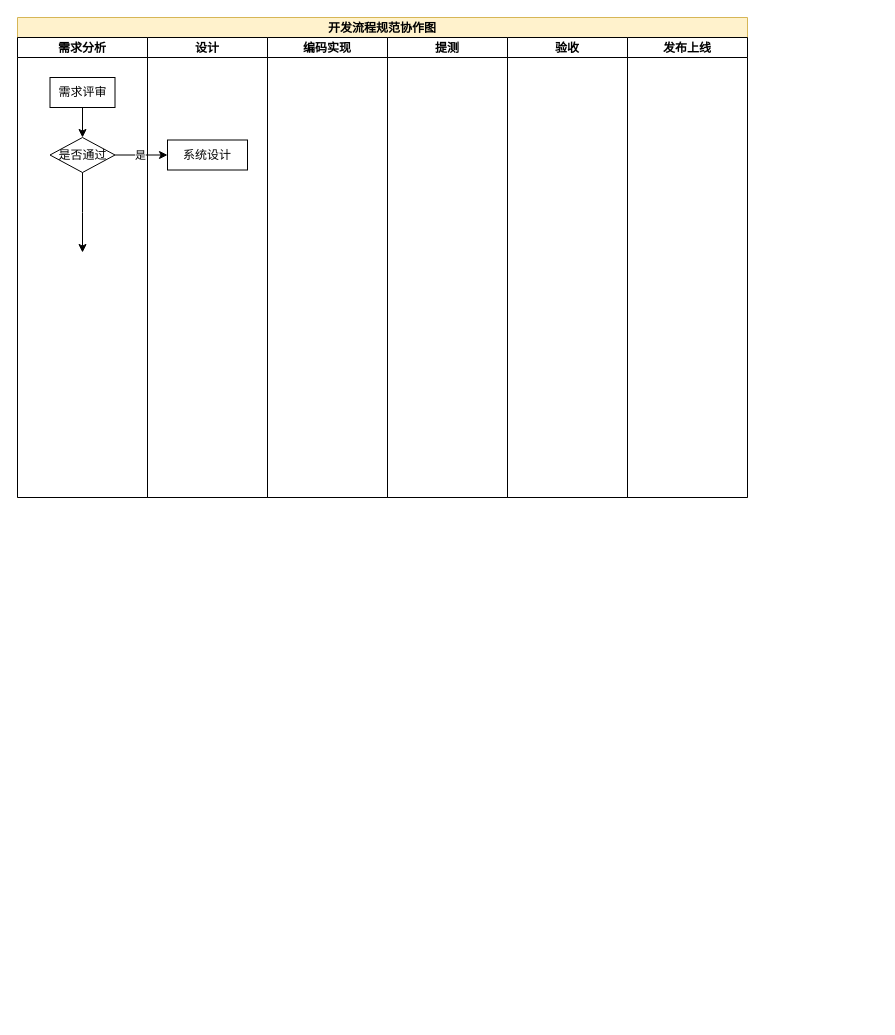
The draw.io diagram Untitled Diagram.drawio in zhubin2430701/draw, before the edit. Source tidied: cells renumbered, new cells numbered last; positions are measured from the earlier drawing's top-left corner, leaving out a move shared by most shapes. Both pictures are drawn from the tidied source at 100%, with x=0, y=0 at pixel (17, 17).
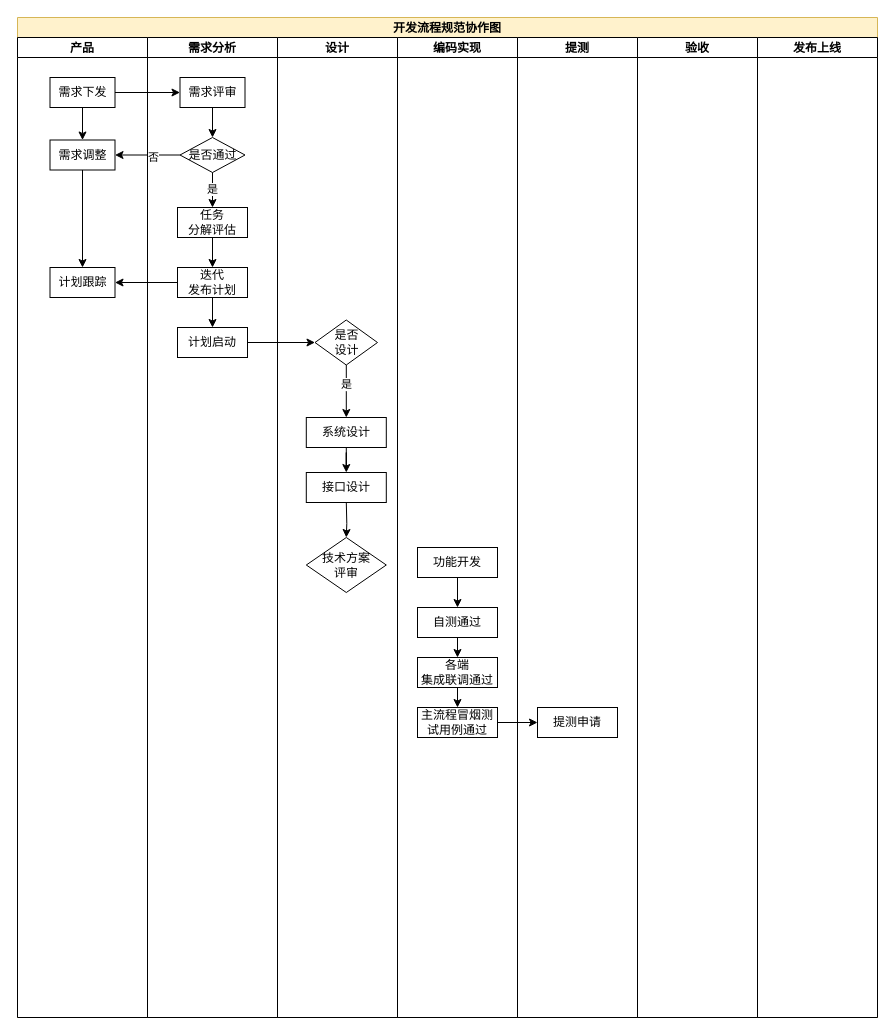
The same diagram, later.

Commit message:
更新协作流程图

Unchanged cells that the change refers to:
```xml
<mxCell id="4" value="需求评审" style="rounded=0;whiteSpace=wrap;html=1;" parent="3" vertex="1">
  <mxGeometry x="32.5" y="40" width="65" height="30" as="geometry" />
</mxCell>
<mxCell id="5" value="是否通过" style="rhombus;whiteSpace=wrap;html=1;rounded=0;" parent="3" vertex="1">
  <mxGeometry x="32.5" y="100" width="65" height="35" as="geometry" />
</mxCell>
```

The edit, as a diff of the source:
```diff
@@
     <mxCell id="2" value="开发流程规范协作图" style="swimlane;startSize=20;fillColor=#fff2cc;strokeColor=#d6b656;" parent="1" vertex="1">
-      <mxGeometry width="730" height="480" as="geometry" />
+      <mxGeometry width="860" height="1000" as="geometry" />
     </mxCell>
+    <mxCell id="16" value="产品" style="swimlane;startSize=20;" parent="2" vertex="1">
+      <mxGeometry y="20" width="130" height="980" as="geometry" />
+    </mxCell>
+    <mxCell id="17" value="需求下发" style="rounded=0;whiteSpace=wrap;html=1;" parent="16" vertex="1">
+      <mxGeometry x="32.5" y="40" width="65" height="30" as="geometry" />
+    </mxCell>
+    <mxCell id="18" style="edgeStyle=orthogonalEdgeStyle;rounded=0;jettySize=auto;html=1;" parent="16" edge="1" source="17" target="20">
+      <mxGeometry relative="1" as="geometry" />
+    </mxCell>
+    <mxCell id="19" style="edgeStyle=orthogonalEdgeStyle;rounded=0;jettySize=auto;html=1;" parent="16" edge="1" source="20" target="21">
+      <mxGeometry relative="1" as="geometry" />
+    </mxCell>
+    <mxCell id="20" value="需求调整" style="rounded=0;whiteSpace=wrap;html=1;" parent="16" vertex="1">
+      <mxGeometry x="32.5" y="102.5" width="65" height="30" as="geometry" />
+    </mxCell>
+    <mxCell id="21" value="计划跟踪" style="rounded=0;whiteSpace=wrap;html=1;" parent="16" vertex="1">
+      <mxGeometry x="32.5" y="230" width="65" height="30" as="geometry" />
+    </mxCell>
     <mxCell id="3" value="需求分析" style="swimlane;startSize=20;" parent="2" vertex="1">
-      <mxGeometry y="20" width="130" height="460" as="geometry" />
+      <mxGeometry x="130" y="20" width="130" height="980" as="geometry" />
     </mxCell>
@@
+    <mxCell id="22" style="edgeStyle=orthogonalEdgeStyle;rounded=0;jettySize=auto;html=1;" parent="3" edge="1" source="23" target="26">
+      <mxGeometry relative="1" as="geometry" />
+    </mxCell>
+    <mxCell id="23" value="任务&lt;br&gt;分解评估" style="whiteSpace=wrap;html=1;rounded=0;" parent="3" vertex="1">
+      <mxGeometry x="30" y="170" width="70" height="30" as="geometry" />
+    </mxCell>
+    <mxCell id="24" value="是" style="edgeStyle=orthogonalEdgeStyle;rounded=0;jettySize=auto;html=1;" parent="3" edge="1" source="5" target="23">
+      <mxGeometry relative="1" as="geometry" />
+    </mxCell>
+    <mxCell id="25" style="edgeStyle=orthogonalEdgeStyle;rounded=0;jettySize=auto;html=1;" parent="3" edge="1" source="26" target="27">
+      <mxGeometry relative="1" as="geometry" />
+    </mxCell>
+    <mxCell id="26" value="迭代&lt;br&gt;发布计划" style="rounded=0;whiteSpace=wrap;html=1;" parent="3" vertex="1">
+      <mxGeometry x="30" y="230" width="70" height="30" as="geometry" />
+    </mxCell>
+    <mxCell id="27" value="计划启动" style="rounded=0;whiteSpace=wrap;html=1;" parent="3" vertex="1">
+      <mxGeometry x="30" y="290" width="70" height="30" as="geometry" />
+    </mxCell>
     <mxCell id="7" value="设计" style="swimlane;startSize=20;" parent="2" vertex="1">
-      <mxGeometry x="130" y="20" width="120" height="460" as="geometry" />
+      <mxGeometry x="260" y="20" width="120" height="980" as="geometry" />
     </mxCell>
     <mxCell id="8" value="系统设计" style="whiteSpace=wrap;html=1;rounded=0;" parent="7" vertex="1">
-      <mxGeometry x="20" y="102.5" width="80" height="30" as="geometry" />
+      <mxGeometry x="28.8" y="380" width="80" height="30" as="geometry" />
     </mxCell>
+    <mxCell id="28" style="edgeStyle=orthogonalEdgeStyle;rounded=0;jettySize=auto;html=1;" parent="7" edge="1" source="29" target="8">
+      <mxGeometry relative="1" as="geometry" />
+    </mxCell>
+    <mxCell id="14" value="是" style="edgeLabel;html=1;align=center;verticalAlign=middle;" parent="28" vertex="1">
+      <mxGeometry x="-0.26" relative="1" as="geometry" />
+    </mxCell>
+    <mxCell id="29" value="是否&lt;br&gt;设计" style="rhombus;whiteSpace=wrap;html=1;rounded=0;" parent="7" vertex="1">
+      <mxGeometry x="37.5" y="282.5" width="62.5" height="45" as="geometry" />
+    </mxCell>
+    <mxCell id="30" value="技术方案&lt;br&gt;评审" style="rhombus;whiteSpace=wrap;html=1;rounded=0;" parent="7" vertex="1">
+      <mxGeometry x="28.8" y="500" width="80" height="55" as="geometry" />
+    </mxCell>
+    <mxCell id="31" style="edgeStyle=orthogonalEdgeStyle;rounded=0;jettySize=auto;html=1;" parent="7" edge="1" target="30">
+      <mxGeometry relative="1" as="geometry">
+        <mxPoint x="68.8" y="465" as="sourcePoint" />
+      </mxGeometry>
+    </mxCell>
+    <mxCell id="32" value="接口设计" style="whiteSpace=wrap;html=1;rounded=0;" parent="7" vertex="1">
+      <mxGeometry x="28.8" y="435" width="80" height="30" as="geometry" />
+    </mxCell>
+    <mxCell id="33" style="edgeStyle=orthogonalEdgeStyle;rounded=0;jettySize=auto;html=1;" parent="7" edge="1" source="8" target="32">
+      <mxGeometry relative="1" as="geometry" />
+    </mxCell>
     <mxCell id="9" value="编码实现" style="swimlane;startSize=20;" parent="2" vertex="1">
-      <mxGeometry x="250" y="20" width="120" height="460" as="geometry" />
+      <mxGeometry x="380" y="20" width="120" height="980" as="geometry" />
     </mxCell>
+    <mxCell id="34" value="功能开发" style="whiteSpace=wrap;html=1;rounded=0;" parent="9" vertex="1">
+      <mxGeometry x="20" y="510" width="80" height="30" as="geometry" />
+    </mxCell>
+    <mxCell id="35" style="edgeStyle=orthogonalEdgeStyle;rounded=0;jettySize=auto;html=1;exitX=0.5;exitY=1;exitDx=0;exitDy=0;entryX=0.5;entryY=0;entryDx=0;entryDy=0;" parent="9" edge="1" source="36" target="39">
+      <mxGeometry relative="1" as="geometry" />
+    </mxCell>
+    <mxCell id="36" value="各端&lt;br&gt;集成联调通过" style="whiteSpace=wrap;html=1;rounded=0;" parent="9" vertex="1">
+      <mxGeometry x="20" y="620" width="80" height="30" as="geometry" />
+    </mxCell>
+    <mxCell id="37" style="edgeStyle=orthogonalEdgeStyle;rounded=0;jettySize=auto;html=1;exitX=0.5;exitY=1;exitDx=0;exitDy=0;entryX=0.5;entryY=0;entryDx=0;entryDy=0;" parent="9" edge="1" source="38" target="36">
+      <mxGeometry relative="1" as="geometry" />
+    </mxCell>
+    <mxCell id="38" value="自测通过" style="whiteSpace=wrap;html=1;rounded=0;" parent="9" vertex="1">
+      <mxGeometry x="20" y="570" width="80" height="30" as="geometry" />
+    </mxCell>
+    <mxCell id="39" value="主流程冒烟测试用例通过" style="whiteSpace=wrap;html=1;rounded=0;" parent="9" vertex="1">
+      <mxGeometry x="20" y="670" width="80" height="30" as="geometry" />
+    </mxCell>
+    <mxCell id="40" style="edgeStyle=orthogonalEdgeStyle;rounded=0;jettySize=auto;html=1;" parent="9" edge="1" source="34" target="38">
+      <mxGeometry relative="1" as="geometry" />
+    </mxCell>
     <mxCell id="10" value="提测" style="swimlane;startSize=20;" parent="2" vertex="1">
-      <mxGeometry x="370" y="20" width="120" height="460" as="geometry" />
+      <mxGeometry x="500" y="20" width="120" height="980" as="geometry" />
     </mxCell>
+    <mxCell id="41" value="提测申请" style="whiteSpace=wrap;html=1;rounded=0;" parent="10" vertex="1">
+      <mxGeometry x="20" y="670" width="80" height="30" as="geometry" />
+    </mxCell>
     <mxCell id="11" value="验收" style="swimlane;startSize=20;" parent="2" vertex="1">
-      <mxGeometry x="490" y="20" width="120" height="460" as="geometry" />
+      <mxGeometry x="620" y="20" width="120" height="980" as="geometry" />
     </mxCell>
     <mxCell id="12" value="发布上线" style="swimlane;startSize=20;" parent="2" vertex="1">
-      <mxGeometry x="610" y="20" width="120" height="460" as="geometry" />
+      <mxGeometry x="740" y="20" width="120" height="980" as="geometry" />
     </mxCell>
-    <mxCell id="13" style="edgeStyle=orthogonalEdgeStyle;rounded=0;jettySize=auto;html=1;" parent="2" edge="1" source="5" target="8">
-      <mxGeometry relative="1" as="geometry" />
-    </mxCell>
-    <mxCell id="14" value="是" style="edgeLabel;html=1;align=center;verticalAlign=middle;" parent="13" vertex="1">
-      <mxGeometry x="-0.05" relative="1" as="geometry" />
-    </mxCell>
-    <mxCell id="15" style="edgeStyle=orthogonalEdgeStyle;rounded=0;jettySize=auto;html=1;" parent="1" edge="1" source="5">
-      <mxGeometry relative="1" as="geometry">
-        <mxPoint x="65" y="235" as="targetPoint" />
-      </mxGeometry>
-    </mxCell>
+    <mxCell id="42" style="edgeStyle=orthogonalEdgeStyle;rounded=0;jettySize=auto;html=1;" parent="2" edge="1" source="17" target="4">
+      <mxGeometry relative="1" as="geometry" />
+    </mxCell>
+    <mxCell id="43" style="edgeStyle=orthogonalEdgeStyle;rounded=0;jettySize=auto;html=1;entryX=1;entryY=0.5;entryDx=0;entryDy=0;" parent="2" edge="1" source="5" target="20">
+      <mxGeometry relative="1" as="geometry" />
+    </mxCell>
+    <mxCell id="44" value="否" style="edgeLabel;html=1;align=center;verticalAlign=middle;" parent="43" vertex="1">
+      <mxGeometry x="-0.16" y="2" relative="1" as="geometry" />
+    </mxCell>
+    <mxCell id="45" style="edgeStyle=orthogonalEdgeStyle;rounded=0;jettySize=auto;html=1;entryX=1;entryY=0.5;entryDx=0;entryDy=0;" parent="2" edge="1" source="26" target="21">
+      <mxGeometry relative="1" as="geometry" />
+    </mxCell>
+    <mxCell id="46" style="edgeStyle=orthogonalEdgeStyle;rounded=0;jettySize=auto;html=1;" parent="2" edge="1" source="27" target="29">
+      <mxGeometry relative="1" as="geometry" />
+    </mxCell>
+    <mxCell id="47" style="edgeStyle=orthogonalEdgeStyle;rounded=0;jettySize=auto;html=1;" parent="2" edge="1" source="39" target="41">
+      <mxGeometry relative="1" as="geometry" />
+    </mxCell>
```
